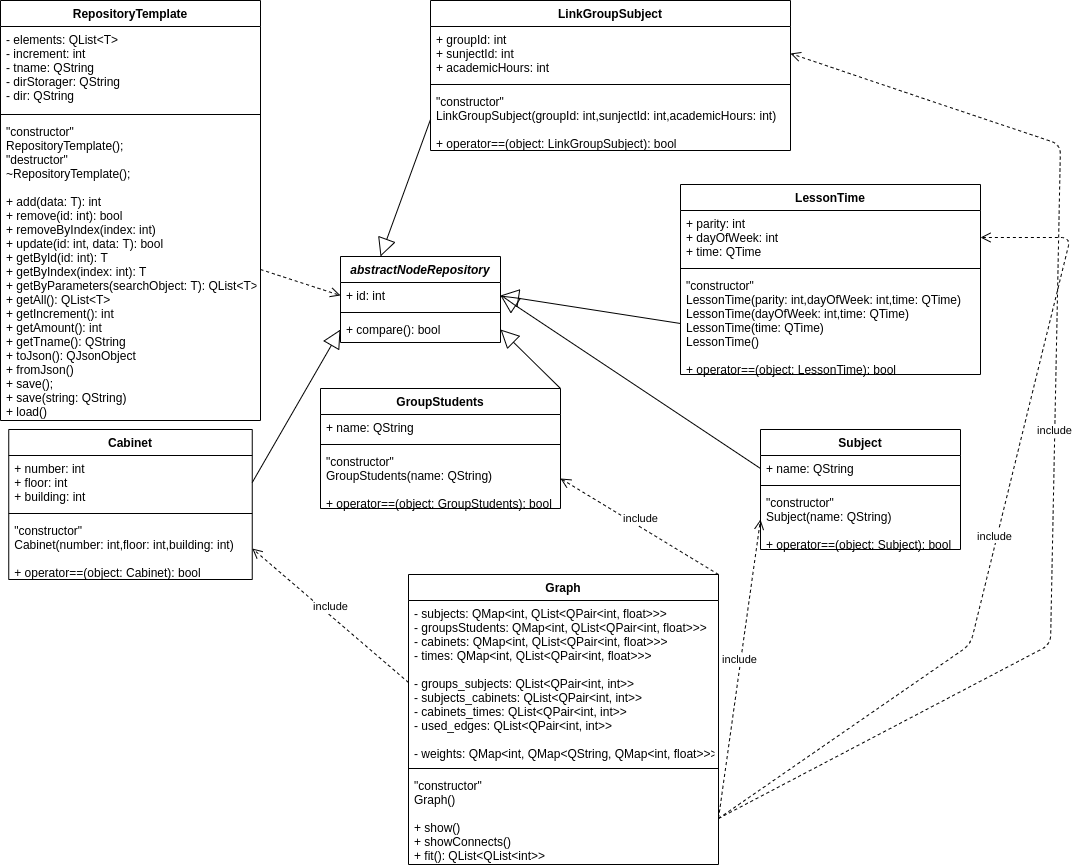
Above: docs/uml graph.png in valeriefuerte/ScheduleMultipartiteGraph (draw.io), before the change. Source tidied: cells renumbered, new cells last; positions are measured from the earlier drawing's top-left corner, leaving out a move shared by most shapes. Source of this version:
```xml
<mxGraphModel>
  <root>
    <mxCell id="0" />
    <mxCell id="1" parent="0" />
    <mxCell id="2" style="endArrow=block;endSize=16;endFill=0;html=1;entryX=1;entryY=0.5;entryDx=0;entryDy=0;exitX=0;exitY=0.5;exitDx=0;exitDy=0;" parent="1" edge="1" source="38" target="25">
      <mxGeometry relative="1" as="geometry" />
    </mxCell>
    <mxCell id="3" style="endArrow=block;endSize=16;endFill=0;html=1;exitX=1;exitY=0.5;exitDx=0;exitDy=0;entryX=0;entryY=0.5;entryDx=0;entryDy=0;" parent="1" edge="1" source="42" target="27">
      <mxGeometry relative="1" as="geometry" />
    </mxCell>
    <mxCell id="4" style="endArrow=block;endSize=16;endFill=0;html=1;entryX=1;entryY=0.5;entryDx=0;entryDy=0;exitX=1;exitY=0;exitDx=0;exitDy=0;" parent="1" edge="1" source="28" target="27">
      <mxGeometry relative="1" as="geometry" />
    </mxCell>
    <mxCell id="5" style="html=1;verticalAlign=bottom;endArrow=open;dashed=1;endSize=8;entryX=0;entryY=0.5;entryDx=0;entryDy=0;exitX=1;exitY=0.5;exitDx=0;exitDy=0;" parent="1" edge="1" source="11" target="25">
      <mxGeometry relative="1" as="geometry" />
    </mxCell>
    <mxCell id="6" style="endArrow=block;endSize=16;endFill=0;html=1;entryX=1;entryY=0.5;entryDx=0;entryDy=0;exitX=0;exitY=0.5;exitDx=0;exitDy=0;" parent="1" edge="1" source="15" target="25">
      <mxGeometry relative="1" as="geometry" />
    </mxCell>
    <mxCell id="7" style="endArrow=block;endSize=16;endFill=0;html=1;entryX=0.25;entryY=0;entryDx=0;entryDy=0;exitX=0;exitY=0.5;exitDx=0;exitDy=0;" parent="1" edge="1" source="19" target="24">
      <mxGeometry relative="1" as="geometry" />
    </mxCell>
    <mxCell id="8" value="RepositoryTemplate" style="swimlane;fontStyle=1;align=center;verticalAlign=top;horizontal=1;startSize=26;" parent="1" vertex="1">
      <mxGeometry width="260" height="420" as="geometry" />
    </mxCell>
    <mxCell id="9" value="- elements: QList&lt;T&gt; &#10;- increment: int&#10;- tname: QString&#10;- dirStorager: QString&#10;- dir: QString" style="text;strokeColor=none;fillColor=none;align=left;verticalAlign=top;spacingLeft=4;spacingRight=4;overflow=hidden;" parent="8" vertex="1">
      <mxGeometry y="26" width="260" height="84" as="geometry" />
    </mxCell>
    <mxCell id="10" style="line;strokeWidth=1;fillColor=none;align=left;verticalAlign=middle;spacingTop=-1;spacingLeft=3;spacingRight=3;labelPosition=right;" parent="8" vertex="1">
      <mxGeometry y="110" width="260" height="8" as="geometry" />
    </mxCell>
    <mxCell id="11" value="&quot;constructor&quot;&#10;RepositoryTemplate();&#10;&quot;destructor&quot;&#10;~RepositoryTemplate();&#10;&#10;+ add(data: T): int&#10;+ remove(id: int): bool&#10;+ removeByIndex(index: int)&#10;+ update(id: int, data: T): bool&#10;+ getById(id: int): T&#10;+ getByIndex(index: int): T&#10;+ getByParameters(searchObject: T): QList&lt;T&gt;&#10;+ getAll(): QList&lt;T&gt; &#10;+ getIncrement(): int&#10;+ getAmount(): int&#10;+ getTname(): QString&#10;+ toJson(): QJsonObject&#10;+ fromJson()&#10;+ save();&#10;+ save(string: QString)&#10;+ load()" style="text;strokeColor=none;fillColor=none;align=left;verticalAlign=top;spacingLeft=4;spacingRight=4;overflow=hidden;points=[[0,0.5],[1,0.5]];portConstraint=eastwest;" parent="8" vertex="1">
      <mxGeometry y="118" width="260" height="302" as="geometry" />
    </mxCell>
    <mxCell id="12" value="LessonTime" style="swimlane;fontStyle=1;align=center;verticalAlign=top;horizontal=1;startSize=26;" parent="1" vertex="1">
      <mxGeometry x="680" y="184" width="300" height="190" as="geometry" />
    </mxCell>
    <mxCell id="13" value="+ parity: int&#10;+ dayOfWeek: int&#10;+ time: QTime" style="text;strokeColor=none;fillColor=none;align=left;verticalAlign=top;spacingLeft=4;spacingRight=4;overflow=hidden;points=[[0,0.5],[1,0.5]];portConstraint=eastwest;" parent="12" vertex="1">
      <mxGeometry y="26" width="300" height="54" as="geometry" />
    </mxCell>
    <mxCell id="14" style="line;strokeWidth=1;fillColor=none;align=left;verticalAlign=middle;spacingTop=-1;spacingLeft=3;spacingRight=3;labelPosition=right;" parent="12" vertex="1">
      <mxGeometry y="80" width="300" height="8" as="geometry" />
    </mxCell>
    <mxCell id="15" value="&quot;constructor&quot;&#10;LessonTime(parity: int,dayOfWeek: int,time: QTime)&#10;LessonTime(dayOfWeek: int,time: QTime)&#10;LessonTime(time: QTime)&#10;LessonTime()&#10;&#10;+ operator==(object: LessonTime): bool" style="text;strokeColor=none;fillColor=none;align=left;verticalAlign=top;spacingLeft=4;spacingRight=4;overflow=hidden;points=[[0,0.5],[1,0.5]];portConstraint=eastwest;" parent="12" vertex="1">
      <mxGeometry y="88" width="300" height="102" as="geometry" />
    </mxCell>
    <mxCell id="16" value="LinkGroupSubject" style="swimlane;fontStyle=1;align=center;verticalAlign=top;horizontal=1;startSize=26;" parent="1" vertex="1">
      <mxGeometry x="430" width="360" height="150" as="geometry" />
    </mxCell>
    <mxCell id="17" value="+ groupId: int&#10;+ sunjectId: int&#10;+ academicHours: int" style="text;strokeColor=none;fillColor=none;align=left;verticalAlign=top;spacingLeft=4;spacingRight=4;overflow=hidden;points=[[0,0.5],[1,0.5]];portConstraint=eastwest;" parent="16" vertex="1">
      <mxGeometry y="26" width="360" height="54" as="geometry" />
    </mxCell>
    <mxCell id="18" style="line;strokeWidth=1;fillColor=none;align=left;verticalAlign=middle;spacingTop=-1;spacingLeft=3;spacingRight=3;labelPosition=right;" parent="16" vertex="1">
      <mxGeometry y="80" width="360" height="8" as="geometry" />
    </mxCell>
    <mxCell id="19" value="&quot;constructor&quot;&#10;LinkGroupSubject(groupId: int,sunjectId: int,academicHours: int)&#10;&#10;+ operator==(object: LinkGroupSubject): bool" style="text;strokeColor=none;fillColor=none;align=left;verticalAlign=top;spacingLeft=4;spacingRight=4;overflow=hidden;points=[[0,0.5],[1,0.5]];portConstraint=eastwest;" parent="16" vertex="1">
      <mxGeometry y="88" width="360" height="62" as="geometry" />
    </mxCell>
    <mxCell id="20" value="Graph" style="swimlane;fontStyle=1;align=center;verticalAlign=top;horizontal=1;startSize=26;" parent="1" vertex="1">
      <mxGeometry x="408" y="574" width="310" height="290" as="geometry" />
    </mxCell>
    <mxCell id="21" value="- subjects: QMap&lt;int, QList&lt;QPair&lt;int, float&gt;&gt;&gt;&#10;- groupsStudents: QMap&lt;int, QList&lt;QPair&lt;int, float&gt;&gt;&gt;&#10;- cabinets: QMap&lt;int, QList&lt;QPair&lt;int, float&gt;&gt;&gt;&#10;- times: QMap&lt;int, QList&lt;QPair&lt;int, float&gt;&gt;&gt;&#10;&#10;- groups_subjects: QList&lt;QPair&lt;int, int&gt;&gt;&#10;- subjects_cabinets: QList&lt;QPair&lt;int, int&gt;&gt;&#10;- cabinets_times: QList&lt;QPair&lt;int, int&gt;&gt;&#10;- used_edges: QList&lt;QPair&lt;int, int&gt;&gt;&#10;&#10;- weights: QMap&lt;int, QMap&lt;QString, QMap&lt;int, float&gt;&gt;&gt; " style="text;strokeColor=none;fillColor=none;align=left;verticalAlign=top;spacingLeft=4;spacingRight=4;overflow=hidden;points=[[0,0.5],[1,0.5]];portConstraint=eastwest;" parent="20" vertex="1">
      <mxGeometry y="26" width="310" height="164" as="geometry" />
    </mxCell>
    <mxCell id="22" style="line;strokeWidth=1;fillColor=none;align=left;verticalAlign=middle;spacingTop=-1;spacingLeft=3;spacingRight=3;labelPosition=right;" parent="20" vertex="1">
      <mxGeometry y="190" width="310" height="8" as="geometry" />
    </mxCell>
    <mxCell id="23" value="&quot;constructor&quot;&#10;Graph()&#10;&#10;+ show()&#10;+ showConnects()&#10;+ fit(): QList&lt;QList&lt;int&gt;&gt;" style="text;strokeColor=none;fillColor=none;align=left;verticalAlign=top;spacingLeft=4;spacingRight=4;overflow=hidden;points=[[0,0.5],[1,0.5]];portConstraint=eastwest;" parent="20" vertex="1">
      <mxGeometry y="198" width="310" height="92" as="geometry" />
    </mxCell>
    <mxCell id="24" value="abstractNodeRepository" style="swimlane;fontStyle=3;align=center;verticalAlign=top;horizontal=1;startSize=26;" parent="1" vertex="1">
      <mxGeometry x="340" y="256" width="160" height="86" as="geometry" />
    </mxCell>
    <mxCell id="25" value="+ id: int" style="text;strokeColor=none;fillColor=none;align=left;verticalAlign=top;spacingLeft=4;spacingRight=4;overflow=hidden;points=[[0,0.5],[1,0.5]];portConstraint=eastwest;" parent="24" vertex="1">
      <mxGeometry y="26" width="160" height="26" as="geometry" />
    </mxCell>
    <mxCell id="26" style="line;strokeWidth=1;fillColor=none;align=left;verticalAlign=middle;spacingTop=-1;spacingLeft=3;spacingRight=3;labelPosition=right;" parent="24" vertex="1">
      <mxGeometry y="52" width="160" height="8" as="geometry" />
    </mxCell>
    <mxCell id="27" value="+ compare(): bool" style="text;strokeColor=none;fillColor=none;align=left;verticalAlign=top;spacingLeft=4;spacingRight=4;overflow=hidden;points=[[0,0.5],[1,0.5]];portConstraint=eastwest;" parent="24" vertex="1">
      <mxGeometry y="60" width="160" height="26" as="geometry" />
    </mxCell>
    <mxCell id="28" value="GroupStudents" style="swimlane;fontStyle=1;align=center;verticalAlign=top;horizontal=1;startSize=26;" parent="1" vertex="1">
      <mxGeometry x="320" y="388" width="240" height="120" as="geometry" />
    </mxCell>
    <mxCell id="29" value="+ name: QString" style="text;strokeColor=none;fillColor=none;align=left;verticalAlign=top;spacingLeft=4;spacingRight=4;overflow=hidden;" parent="28" vertex="1">
      <mxGeometry y="26" width="240" height="26" as="geometry" />
    </mxCell>
    <mxCell id="30" style="line;strokeWidth=1;fillColor=none;align=left;verticalAlign=middle;spacingTop=-1;spacingLeft=3;spacingRight=3;labelPosition=right;" parent="28" vertex="1">
      <mxGeometry y="52" width="240" height="8" as="geometry" />
    </mxCell>
    <mxCell id="31" value="&quot;constructor&quot;&#10;GroupStudents(name: QString)&#10;&#10;+ operator==(object: GroupStudents): bool" style="text;strokeColor=none;fillColor=none;align=left;verticalAlign=top;spacingLeft=4;spacingRight=4;overflow=hidden;points=[[0,0.5],[1,0.5]];portConstraint=eastwest;fontStyle=0;" parent="28" vertex="1">
      <mxGeometry y="60" width="240" height="60" as="geometry" />
    </mxCell>
    <mxCell id="32" value="include" style="html=1;verticalAlign=bottom;endArrow=open;dashed=1;endSize=8;exitX=0;exitY=0.5;exitDx=0;exitDy=0;entryX=1;entryY=0.5;entryDx=0;entryDy=0;" parent="1" edge="1" source="21" target="44">
      <mxGeometry relative="1" as="geometry" />
    </mxCell>
    <mxCell id="33" value="include" style="html=1;verticalAlign=bottom;endArrow=open;dashed=1;endSize=8;exitX=1;exitY=0;exitDx=0;exitDy=0;entryX=1;entryY=0.5;entryDx=0;entryDy=0;" parent="1" edge="1" source="20" target="31">
      <mxGeometry relative="1" as="geometry" />
    </mxCell>
    <mxCell id="34" value="include" style="html=1;verticalAlign=bottom;endArrow=open;dashed=1;endSize=8;exitX=1;exitY=0.5;exitDx=0;exitDy=0;entryX=1;entryY=0.5;entryDx=0;entryDy=0;" parent="1" edge="1" source="23" target="17">
      <mxGeometry relative="1" as="geometry">
        <Array as="points">
          <mxPoint x="1050" y="644" />
          <mxPoint x="1060" y="144" />
          <mxPoint x="920" y="97" />
        </Array>
      </mxGeometry>
    </mxCell>
    <mxCell id="35" value="include" style="html=1;verticalAlign=bottom;endArrow=open;dashed=1;endSize=8;exitX=1;exitY=0.5;exitDx=0;exitDy=0;entryX=1;entryY=0.5;entryDx=0;entryDy=0;" parent="1" edge="1" source="23" target="13">
      <mxGeometry relative="1" as="geometry">
        <Array as="points">
          <mxPoint x="970" y="644" />
          <mxPoint x="1070" y="237" />
        </Array>
      </mxGeometry>
    </mxCell>
    <mxCell id="36" value="include" style="html=1;verticalAlign=bottom;endArrow=open;dashed=1;endSize=8;exitX=1;exitY=0.5;exitDx=0;exitDy=0;entryX=0;entryY=0.5;entryDx=0;entryDy=0;" parent="1" edge="1" source="23" target="40">
      <mxGeometry relative="1" as="geometry" />
    </mxCell>
    <mxCell id="37" value="Subject" style="swimlane;fontStyle=1;align=center;verticalAlign=top;horizontal=1;startSize=26;" parent="1" vertex="1">
      <mxGeometry x="760" y="429" width="200" height="120" as="geometry" />
    </mxCell>
    <mxCell id="38" value="+ name: QString" style="text;strokeColor=none;fillColor=none;align=left;verticalAlign=top;spacingLeft=4;spacingRight=4;overflow=hidden;points=[[0,0.5],[1,0.5]];portConstraint=eastwest;" parent="37" vertex="1">
      <mxGeometry y="26" width="200" height="26" as="geometry" />
    </mxCell>
    <mxCell id="39" style="line;strokeWidth=1;fillColor=none;align=left;verticalAlign=middle;spacingTop=-1;spacingLeft=3;spacingRight=3;labelPosition=right;" parent="37" vertex="1">
      <mxGeometry y="52" width="200" height="8" as="geometry" />
    </mxCell>
    <mxCell id="40" value="&quot;constructor&quot;&#10;Subject(name: QString)&#10;&#10;+ operator==(object: Subject): bool" style="text;strokeColor=none;fillColor=none;align=left;verticalAlign=top;spacingLeft=4;spacingRight=4;overflow=hidden;points=[[0,0.5],[1,0.5]];portConstraint=eastwest;" parent="37" vertex="1">
      <mxGeometry y="60" width="200" height="60" as="geometry" />
    </mxCell>
    <mxCell id="41" value="Cabinet" style="swimlane;fontStyle=1;align=center;verticalAlign=top;horizontal=1;startSize=26;" parent="1" vertex="1">
      <mxGeometry x="8.2" y="429" width="243.5" height="150" as="geometry" />
    </mxCell>
    <mxCell id="42" value="+ number: int&#10;+ floor: int&#10;+ building: int" style="text;strokeColor=none;fillColor=none;align=left;verticalAlign=top;spacingLeft=4;spacingRight=4;overflow=hidden;points=[[0,0.5],[1,0.5]];portConstraint=eastwest;" parent="41" vertex="1">
      <mxGeometry y="26" width="243.5" height="54" as="geometry" />
    </mxCell>
    <mxCell id="43" style="line;strokeWidth=1;fillColor=none;align=left;verticalAlign=middle;spacingTop=-1;spacingLeft=3;spacingRight=3;labelPosition=right;" parent="41" vertex="1">
      <mxGeometry y="80" width="243.5" height="8" as="geometry" />
    </mxCell>
    <mxCell id="44" value="&quot;constructor&quot;&#10;Cabinet(number: int,floor: int,building: int)&#10;&#10;+ operator==(object: Cabinet): bool" style="text;strokeColor=none;fillColor=none;align=left;verticalAlign=top;spacingLeft=4;spacingRight=4;overflow=hidden;points=[[0,0.5],[1,0.5]];portConstraint=eastwest;" parent="41" vertex="1">
      <mxGeometry y="88" width="243.5" height="62" as="geometry" />
    </mxCell>
  </root>
</mxGraphModel>
```
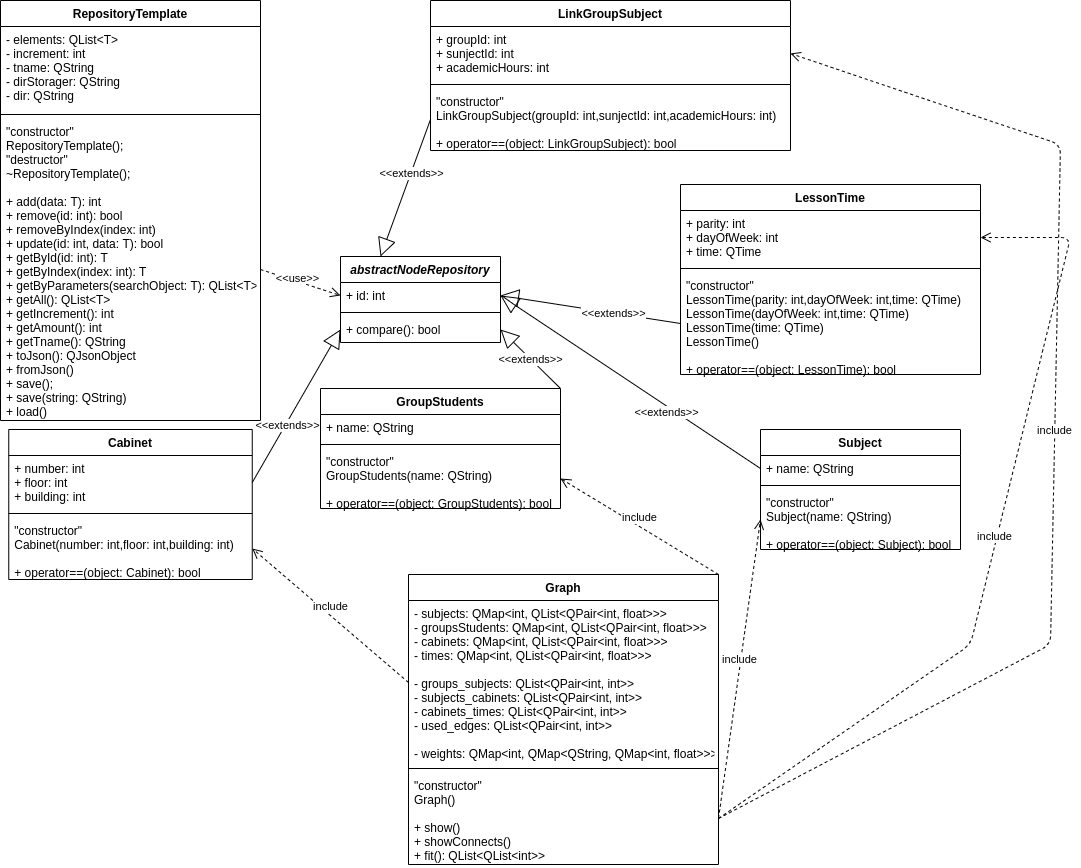
Later version of the same file.

The edit, as a diff of the source:
```diff
@@ -5,10 +5,16 @@
     <mxCell id="2" style="endArrow=block;endSize=16;endFill=0;html=1;entryX=1;entryY=0.5;entryDx=0;entryDy=0;exitX=0;exitY=0.5;exitDx=0;exitDy=0;" parent="1" edge="1" source="38" target="25">
       <mxGeometry relative="1" as="geometry" />
     </mxCell>
+    <mxCell id="45" value="&amp;lt;&amp;lt;extends&amp;gt;&amp;gt;" style="edgeLabel;html=1;align=center;verticalAlign=middle;" parent="2" vertex="1">
+      <mxGeometry x="-0.29" y="5" relative="1" as="geometry" />
+    </mxCell>
     <mxCell id="3" style="endArrow=block;endSize=16;endFill=0;html=1;exitX=1;exitY=0.5;exitDx=0;exitDy=0;entryX=0;entryY=0.5;entryDx=0;entryDy=0;" parent="1" edge="1" source="42" target="27">
       <mxGeometry relative="1" as="geometry" />
     </mxCell>
+    <mxCell id="46" value="&amp;lt;&amp;lt;extends&amp;gt;&amp;gt;" style="edgeLabel;html=1;align=center;verticalAlign=middle;" parent="3" vertex="1">
+      <mxGeometry x="-0.24" y="-2" relative="1" as="geometry" />
+    </mxCell>
-    <mxCell id="4" style="endArrow=block;endSize=16;endFill=0;html=1;entryX=1;entryY=0.5;entryDx=0;entryDy=0;exitX=1;exitY=0;exitDx=0;exitDy=0;" parent="1" edge="1" source="28" target="27">
+    <mxCell id="4" value="&lt;meta charset=&quot;utf-8&quot;&gt;&lt;span style=&quot;color: rgb(0, 0, 0); font-family: helvetica; font-size: 11px; font-style: normal; font-weight: 400; letter-spacing: normal; text-align: center; text-indent: 0px; text-transform: none; word-spacing: 0px; background-color: rgb(255, 255, 255); display: inline; float: none;&quot;&gt;&amp;lt;&amp;lt;extends&amp;gt;&amp;gt;&lt;/span&gt;" style="endArrow=block;endSize=16;endFill=0;html=1;entryX=1;entryY=0.5;entryDx=0;entryDy=0;exitX=1;exitY=0;exitDx=0;exitDy=0;" parent="1" edge="1" source="28" target="27">
       <mxGeometry relative="1" as="geometry" />
     </mxCell>
     <mxCell id="5" style="html=1;verticalAlign=bottom;endArrow=open;dashed=1;endSize=8;entryX=0;entryY=0.5;entryDx=0;entryDy=0;exitX=1;exitY=0.5;exitDx=0;exitDy=0;" parent="1" edge="1" source="11" target="25">
@@ -17,9 +23,17 @@
     <mxCell id="6" style="endArrow=block;endSize=16;endFill=0;html=1;entryX=1;entryY=0.5;entryDx=0;entryDy=0;exitX=0;exitY=0.5;exitDx=0;exitDy=0;" parent="1" edge="1" source="15" target="25">
       <mxGeometry relative="1" as="geometry" />
     </mxCell>
+    <mxCell id="47" value="&amp;lt;&amp;lt;extends&amp;gt;&amp;gt;" style="edgeLabel;html=1;align=center;verticalAlign=middle;" parent="6" vertex="1">
+      <mxGeometry x="-0.26" relative="1" as="geometry">
+        <mxPoint x="-1" as="offset" />
+      </mxGeometry>
+    </mxCell>
     <mxCell id="7" style="endArrow=block;endSize=16;endFill=0;html=1;entryX=0.25;entryY=0;entryDx=0;entryDy=0;exitX=0;exitY=0.5;exitDx=0;exitDy=0;" parent="1" edge="1" source="19" target="24">
       <mxGeometry relative="1" as="geometry" />
     </mxCell>
+    <mxCell id="48" value="&amp;lt;&amp;lt;extends&amp;gt;&amp;gt;" style="edgeLabel;html=1;align=center;verticalAlign=middle;" parent="7" vertex="1">
+      <mxGeometry x="-0.22" relative="1" as="geometry" />
+    </mxCell>
     <mxCell id="8" value="RepositoryTemplate" style="swimlane;fontStyle=1;align=center;verticalAlign=top;horizontal=1;startSize=26;" parent="1" vertex="1">
       <mxGeometry width="260" height="420" as="geometry" />
     </mxCell>
@@ -142,5 +156,8 @@
     <mxCell id="44" value="&quot;constructor&quot;&#10;Cabinet(number: int,floor: int,building: int)&#10;&#10;+ operator==(object: Cabinet): bool" style="text;strokeColor=none;fillColor=none;align=left;verticalAlign=top;spacingLeft=4;spacingRight=4;overflow=hidden;points=[[0,0.5],[1,0.5]];portConstraint=eastwest;" parent="41" vertex="1">
       <mxGeometry y="88" width="243.5" height="62" as="geometry" />
     </mxCell>
+    <mxCell id="49" value="&lt;span style=&quot;font-size: 11px ; background-color: rgb(255 , 255 , 255)&quot;&gt;&amp;lt;&amp;lt;use&amp;gt;&amp;gt;&lt;/span&gt;" style="text;html=1;align=center;verticalAlign=middle;" parent="1" vertex="1">
+      <mxGeometry x="267" y="267" width="60" height="20" as="geometry" />
+    </mxCell>
   </root>
 </mxGraphModel>
```
